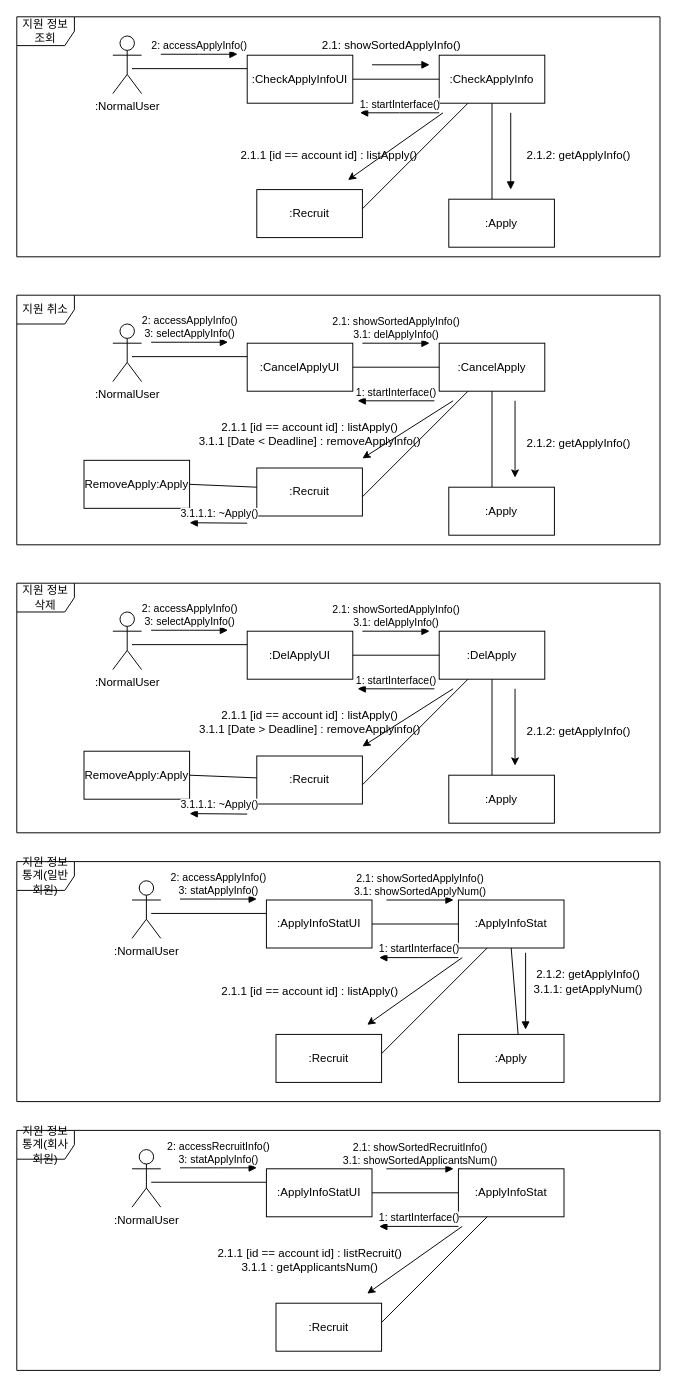
Above: B711151_apply_commu.drawio in KimTaemin-Git/SE2 (draw.io), before the change. Source tidied: cells renumbered, new cells numbered last; positions are measured from the earlier drawing's top-left corner, leaving out a move shared by most shapes. Both pictures are drawn from the tidied source at 96%, with x=0, y=0 at pixel (16, 16).
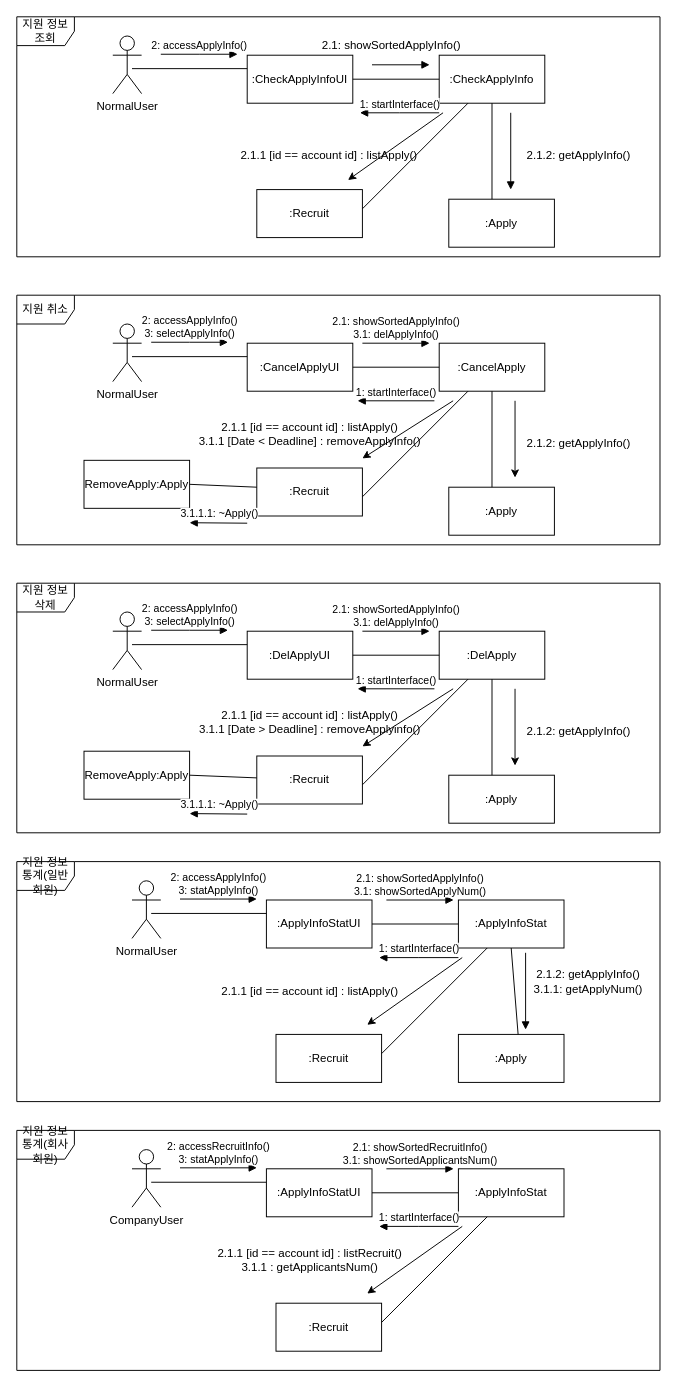
The same page after the edit.

The edit, as a diff of the source:
```diff
@@
-    <mxCell id="2" value=":NormalUser" style="shape=umlActor;verticalLabelPosition=bottom;verticalAlign=top;html=1;" parent="1" vertex="1">
+    <mxCell id="2" value="NormalUser" style="shape=umlActor;verticalLabelPosition=bottom;verticalAlign=top;html=1;" parent="1" vertex="1">
       <mxGeometry x="100" y="20" width="30" height="60" as="geometry" />
     </mxCell>
@@
-    <mxCell id="15" value=":NormalUser" style="shape=umlActor;verticalLabelPosition=bottom;verticalAlign=top;html=1;" parent="1" vertex="1">
+    <mxCell id="15" value="NormalUser" style="shape=umlActor;verticalLabelPosition=bottom;verticalAlign=top;html=1;" parent="1" vertex="1">
       <mxGeometry x="120" y="900" width="30" height="60" as="geometry" />
     </mxCell>
@@
-    <mxCell id="37" value=":NormalUser" style="shape=umlActor;verticalLabelPosition=bottom;verticalAlign=top;html=1;" parent="1" vertex="1">
+    <mxCell id="37" value="NormalUser" style="shape=umlActor;verticalLabelPosition=bottom;verticalAlign=top;html=1;" parent="1" vertex="1">
       <mxGeometry x="100" y="320" width="30" height="60" as="geometry" />
     </mxCell>
@@
-    <mxCell id="56" value=":NormalUser" style="shape=umlActor;verticalLabelPosition=bottom;verticalAlign=top;html=1;" parent="1" vertex="1">
+    <mxCell id="56" value="NormalUser" style="shape=umlActor;verticalLabelPosition=bottom;verticalAlign=top;html=1;" parent="1" vertex="1">
       <mxGeometry x="100" y="620" width="30" height="60" as="geometry" />
     </mxCell>
@@
-    <mxCell id="74" value=":NormalUser" style="shape=umlActor;verticalLabelPosition=bottom;verticalAlign=top;html=1;" parent="1" vertex="1">
+    <mxCell id="74" value="CompanyUser" style="shape=umlActor;verticalLabelPosition=bottom;verticalAlign=top;html=1;" parent="1" vertex="1">
       <mxGeometry x="120" y="1180" width="30" height="60" as="geometry" />
     </mxCell>
```
